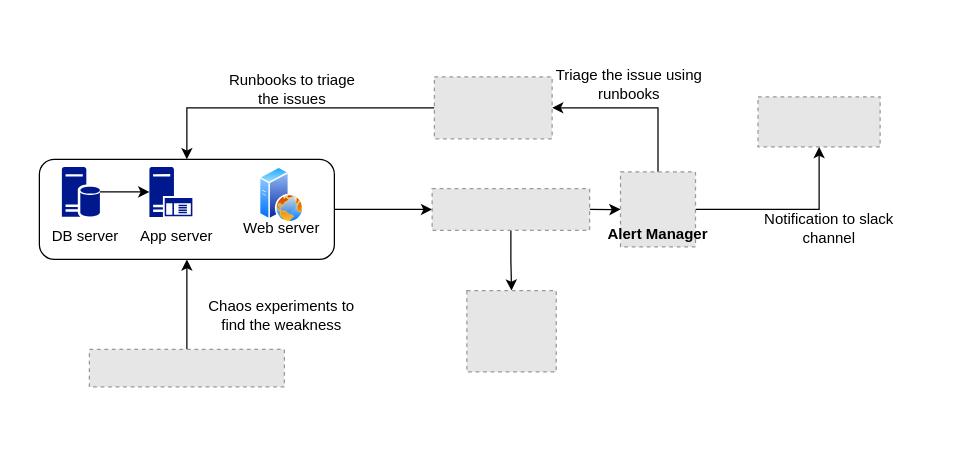
This is SREPOC-Vagrant.drawio from naveenkumarsp/misc, a draw.io file, before an edit. Source tidied: cells renumbered, new cells numbered last; positions are measured from the earlier drawing's top-left corner, leaving out a move shared by most shapes. Both pictures are drawn from the tidied source at 125%, with x=0, y=0 at pixel (29, 71). Pictures stored in the file or linked from it are replaced by grey dashed boxes.
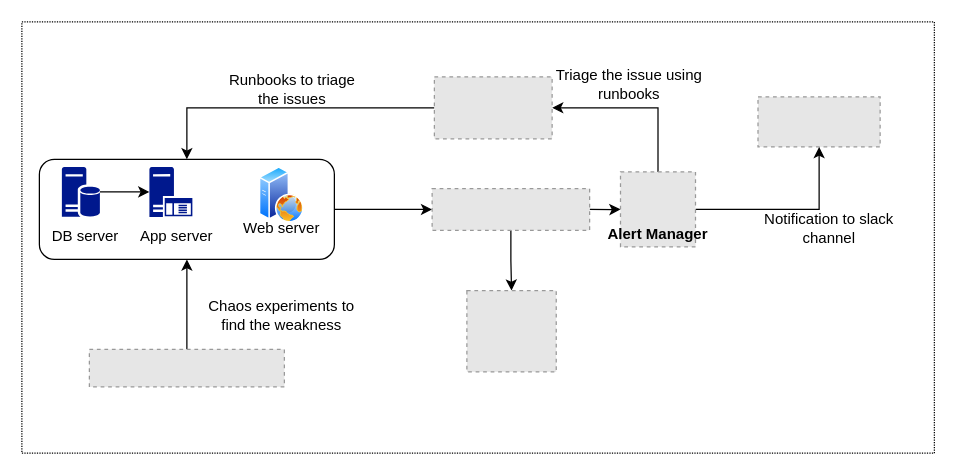
Above is the later version.

The edit, as a diff of the source:
```diff
@@
+    <mxCell id="28" style="rounded=0;whiteSpace=wrap;html=1;fillColor=none;dashed=1;dashPattern=1 1;" parent="1" vertex="1">
+      <mxGeometry x="-6" y="-40" width="730" height="345" as="geometry" />
+    </mxCell>
```
